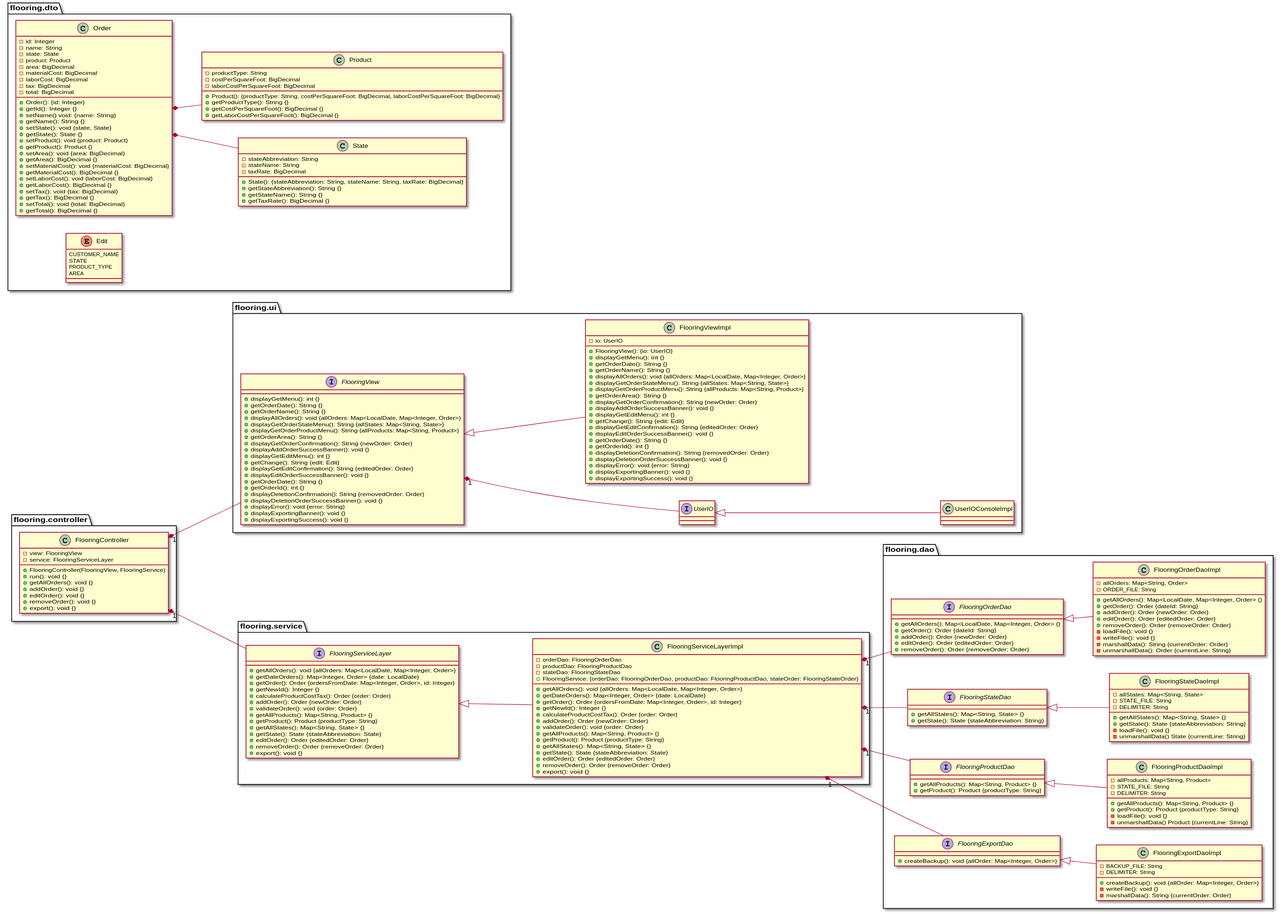
Earlier version of the PlantUML export UML/FloorPlanning/FloorPlanningClassDiagram.svg (rtdonin/JavaClasswork).
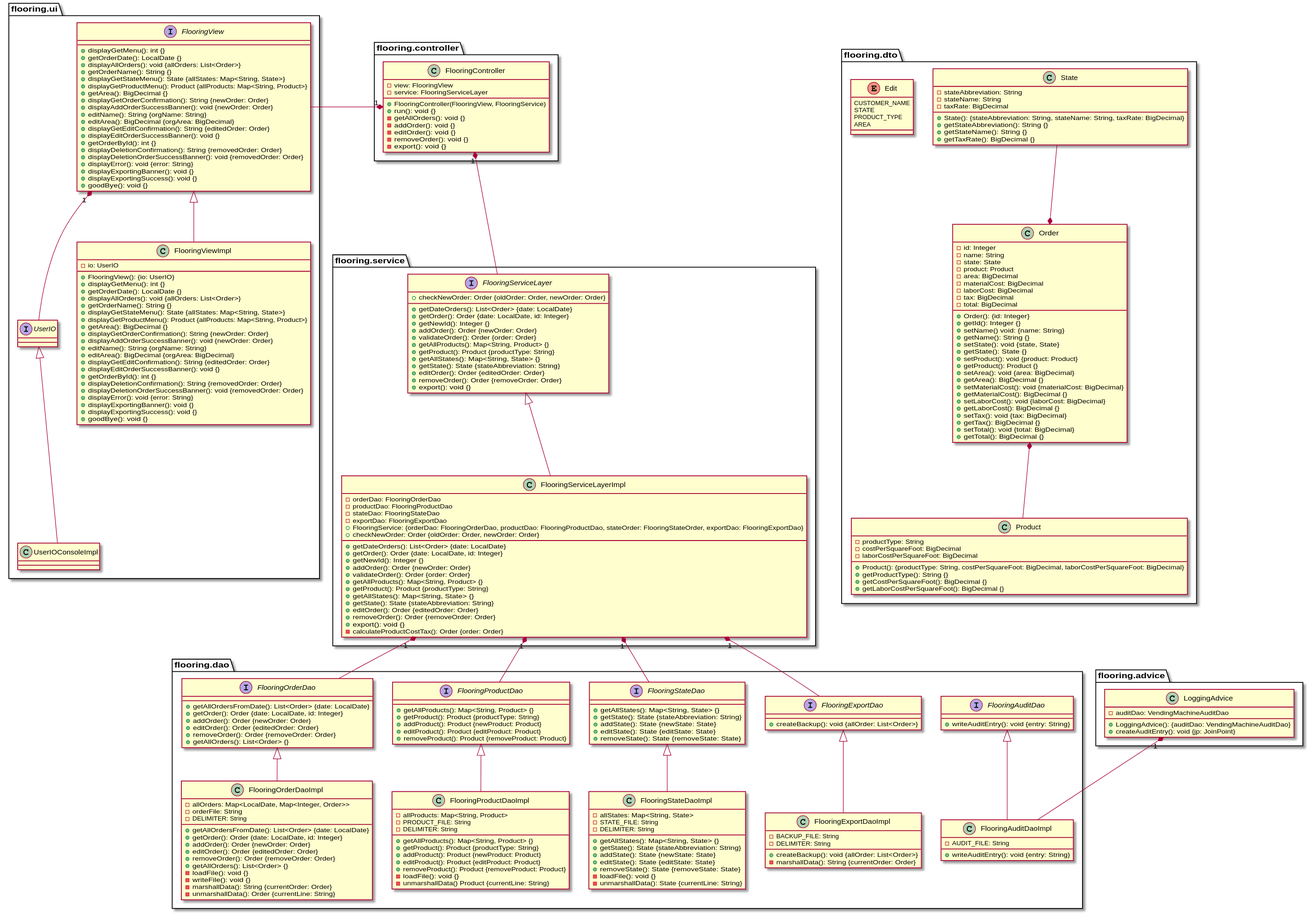
After the change.

Diff of the diagram source:
```diff
@@ -2,8 +2,7 @@
 
 
 
-left to right direction
-scale 1500 width
+scale 2400 width
 scale 1400 height
 
 package "flooring.controller" {
@@ -12,11 +11,11 @@
         - service: FlooringServiceLayer
         + FlooringController(FlooringView, FlooringService)
         + run(): void {}
-        + getAllOrders(): void {}
-        + addOrder(): void {}
-        + editOrder(): void {}
-        + removeOrder(): void {}
-        + export(): void {}
+        - getAllOrders(): void {}
+        - addOrder(): void {}
+        - editOrder(): void {}
+        - removeOrder(): void {}
+        - export(): void {}
     }
 }
 
@@ -27,66 +26,65 @@
 
     interface FlooringView {
         + displayGetMenu(): int {}
-        + getOrderDate(): String {}
+        + getOrderDate(): LocalDate {}
+        + displayAllOrders(): void {allOrders: List<Order>}
         + getOrderName(): String {}
-        + displayAllOrders(): void {allOrders: Map<LocalDate, Map<Integer, Order>}
-        + displayGetOrderStateMenu(): String {allStates: Map<String, State>}
-        + displayGetOrderProductMenu(): String {allProducts: Map<String, Product>}
-        + getOrderArea(): String {}
+        + displayGetStateMenu(): State {allStates: Map<String, State>}
+        + displayGetProductMenu(): Product {allProducts: Map<String, Product>}
+        + getArea(): BigDecimal {}
         + displayGetOrderConfirmation(): String {newOrder: Order}
-        + displayAddOrderSuccessBanner(): void {}
-        + displayGetEditMenu(): int {}
-        + getChange(): String {edit: Edit}
+        + displayAddOrderSuccessBanner(): void {newOrder: Order}
+        + editName(): String {orgName: String}
+        + editArea(): BigDecimal {orgArea: BigDecimal}
         + displayGetEditConfirmation(): String {editedOrder: Order}
         + displayEditOrderSuccessBanner(): void {}
-        + getOrderDate(): String {}
-        + getOrderId(): int {}
+        + getOrderById(): int {}
         + displayDeletionConfirmation(): String {removedOrder: Order}
-        + displayDeletionOrderSuccessBanner(): void {}
+        + displayDeletionOrderSuccessBanner(): void {removedOrder: Order}
         + displayError(): void {error: String}
         + displayExportingBanner(): void {}
         + displayExportingSuccess(): void {}
+        + goodBye(): void {}
     }
 
     class FlooringViewImpl {
         - io: UserIO
         + FlooringView(): {io: UserIO}
         + displayGetMenu(): int {}
-        + getOrderDate(): String {}
+        + getOrderDate(): LocalDate {}
+        + displayAllOrders(): void {allOrders: List<Order>}
         + getOrderName(): String {}
-        + displayAllOrders(): void {allOrders: Map<LocalDate, Map<Integer, Order>}
-        + displayGetOrderStateMenu(): String {allStates: Map<String, State>}
-        + displayGetOrderProductMenu(): String {allProducts: Map<String, Product>}
-        + getOrderArea(): String {}
+        + displayGetStateMenu(): State {allStates: Map<String, State>}
+        + displayGetProductMenu(): Product {allProducts: Map<String, Product>}
+        + getArea(): BigDecimal {}
         + displayGetOrderConfirmation(): String {newOrder: Order}
-        + displayAddOrderSuccessBanner(): void {}
-        + displayGetEditMenu(): int {}
-        + getChange(): String {edit: Edit}
+        + displayAddOrderSuccessBanner(): void {newOrder: Order}
+        + editName(): String {orgName: String}
+        + editArea(): BigDecimal {orgArea: BigDecimal}
         + displayGetEditConfirmation(): String {editedOrder: Order}
         + displayEditOrderSuccessBanner(): void {}
-        + getOrderDate(): String {}
-        + getOrderId(): int {}
+        + getOrderById(): int {}
         + displayDeletionConfirmation(): String {removedOrder: Order}
-        + displayDeletionOrderSuccessBanner(): void {}
+        + displayDeletionOrderSuccessBanner(): void {removedOrder: Order}
         + displayError(): void {error: String}
         + displayExportingBanner(): void {}
         + displayExportingSuccess(): void {}
+        + goodBye(): void {}
     }
 }
 
 package "flooring.service" {
     interface FlooringServiceLayer {
-        + getAllOrders(): void {allOrders: Map<LocalDate, Map<Integer, Order>}
-        + getDateOrders(): Map<Integer, Order> {date: LocalDate}
-        + getOrder(): Order {ordersFromDate: Map<Integer, Order>, id: Integer}
+        + getDateOrders(): List<Order> {date: LocalDate}
+        + getOrder(): Order {date: LocalDate, id: Integer}
         + getNewId(): Integer {}
-        + calculateProductCostTax(): Order {order: Order}
         + addOrder(): Order {newOrder: Order}
-        + validateOrder(): void {order: Order}
+        + validateOrder(): Order {order: Order}
         + getAllProducts(): Map<String, Product> {}
         + getProduct(): Product {productType: String}
         + getAllStates(): Map<String, State>  {}
-        + getState(): State {stateAbbreviation: State}
+        + getState(): State {stateAbbreviation: String}
+        + checkNewOrder: Order {oldOrder: Order, newOrder: Order}
         + editOrder(): Order {editedOrder: Order}
         + removeOrder(): Order {removeOrder: Order}
         + export(): void {}
@@ -96,41 +94,45 @@
         - orderDao: FlooringOrderDao
         - productDao: FlooringProductDao
         - stateDao: FlooringStateDao
-        + FlooringService: {orderDao: FlooringOrderDao, productDao: FlooringProductDao, stateOrder: FlooringStateOrder}
-        + getAllOrders(): void {allOrders: Map<LocalDate, Map<Integer, Order>}
-        + getDateOrders(): Map<Integer, Order> {date: LocalDate}
-        + getOrder(): Order {ordersFromDate: Map<Integer, Order>, id: Integer}
+        - exportDao: FlooringExportDao
+        + FlooringService: {orderDao: FlooringOrderDao, productDao: FlooringProductDao, stateOrder: FlooringStateOrder, exportDao: FlooringExportDao}
+        + getDateOrders(): List<Order> {date: LocalDate}
+        + getOrder(): Order {date: LocalDate, id: Integer}
         + getNewId(): Integer {}
-        + calculateProductCostTax(): Order {order: Order}
         + addOrder(): Order {newOrder: Order}
-        + validateOrder(): void {order: Order}
+        + validateOrder(): Order {order: Order}
         + getAllProducts(): Map<String, Product> {}
         + getProduct(): Product {productType: String}
         + getAllStates(): Map<String, State>  {}
-        + getState(): State {stateAbbreviation: State}
+        + getState(): State {stateAbbreviation: String}
+        + checkNewOrder: Order {oldOrder: Order, newOrder: Order}
         + editOrder(): Order {editedOrder: Order}
         + removeOrder(): Order {removeOrder: Order}
         + export(): void {}
+        - calculateProductCostTax(): Order {order: Order}
     }
 }
 
 package "flooring.dao" {
     interface FlooringOrderDao {
-        + getAllOrders(): Map<LocalDate, Map<Integer, Order> {}
-        + getOrder(): Order {dateId: String}
+        + getAllOrdersFromDate(): List<Order> {date: LocalDate}
+        + getOrder(): Order {date: LocalDate, id: Integer}
         + addOrder(): Order {newOrder: Order}
         + editOrder(): Order {editedOrder: Order}
         + removeOrder(): Order {removeOrder: Order}
+        + getAllOrders(): List<Order> {}
     }
 
     class FlooringOrderDaoImpl {
-        - allOrders: Map<String, Order>
-        - ORDER_FILE: String
-        + getAllOrders(): Map<LocalDate, Map<Integer, Order> {}
-        + getOrder(): Order {dateId: String}
+        - allOrders: Map<LocalDate, Map<Integer, Order>>
+        - orderFile: String
+        - DELIMITER: String
+        + getAllOrdersFromDate(): List<Order> {date: LocalDate}
+        + getOrder(): Order {date: LocalDate, id: Integer}
         + addOrder(): Order {newOrder: Order}
         + editOrder(): Order {editedOrder: Order}
         + removeOrder(): Order {removeOrder: Order}
+        + getAllOrders(): List<Order> {}
         - loadFile(): void {}
         - writeFile(): void {}
         - marshallData(): String {currentOrder: Order}
@@ -140,6 +142,9 @@
     interface FlooringStateDao {
         + getAllStates(): Map<String, State> {}
         + getState(): State {stateAbbreviation: String}
+        + addState(): State {newState: State}
+        + editState(): State {editState: State}
+        + removeState(): State {removeState: State}
     }
 
     class FlooringStateDaoImpl {
@@ -148,35 +153,60 @@
         - DELIMITER: String
         + getAllStates(): Map<String, State> {}
         + getState(): State {stateAbbreviation: String}
+        + addState(): State {newState: State}
+        + editState(): State {editState: State}
+        + removeState(): State {removeState: State}
         - loadFile(): void {}
-        - unmarshallData() State {currentLine: String}
+        - unmarshallData(): State {currentLine: String}
     }
 
     interface FlooringProductDao {
         + getAllProducts(): Map<String, Product> {}
         + getProduct(): Product {productType: String}
+        + addProduct(): Product {newProduct: Product}
+        + editProduct(): Product {editProduct: Product}
+        + removeProduct(): Product {removeProduct: Product}
     }
 
     class FlooringProductDaoImpl {
         - allProducts: Map<String, Product>
-        - STATE_FILE: String
+        - PRODUCT_FILE: String
         - DELIMITER: String
         + getAllProducts(): Map<String, Product> {}
         + getProduct(): Product {productType: String}
+        + addProduct(): Product {newProduct: Product}
+        + editProduct(): Product {editProduct: Product}
+        + removeProduct(): Product {removeProduct: Product}
         - loadFile(): void {}
         - unmarshallData() Product {currentLine: String}
     }
 
     interface FlooringExportDao {
-        + createBackup(): void {allOrder: Map<Integer, Order>}
+        + createBackup(): void {allOrder: List<Order>}
     }
 
     class FlooringExportDaoImpl {
         - BACKUP_FILE: String
         - DELIMITER: String
-        + createBackup(): void {allOrder: Map<Integer, Order>}
-        - writeFile(): void {}
+        + createBackup(): void {allOrder: List<Order>}
         - marshallData(): String {currentOrder: Order}
+    }
+
+    interface FlooringAuditDao {
+        + writeAuditEntry(): void {entry: String}
+    }
+
+    class FlooringAuditDaoImpl {
+        - AUDIT_FILE: String
+        + writeAuditEntry(): void {entry: String}
+    }
+}
+
+package flooring.advice {
+    class LoggingAdvice {
+        - auditDao: VendingMachineAuditDao
+        + LoggingAdvice(): {auditDao: VendingMachineAuditDao}
+        + createAuditEntry(): void {jp: JoinPoint}
     }
 }
 
@@ -239,13 +269,14 @@
     }
 }
 
-FlooringController "1" *-- FlooringServiceLayer
-FlooringController "1" *-- FlooringView
+FlooringController "1" *-down- FlooringServiceLayer
+FlooringController "1" *-left- FlooringView
 
-FlooringServiceLayerImpl "1" *-- FlooringOrderDao
-FlooringServiceLayerImpl "1" *-- FlooringStateDao
-FlooringServiceLayerImpl "1" *-- FlooringProductDao
-FlooringServiceLayerImpl "1" *-- FlooringExportDao
+FlooringServiceLayerImpl "1" *-down- FlooringOrderDao
+FlooringServiceLayerImpl "1" *-down- FlooringStateDao
+FlooringServiceLayerImpl "1" *-down- FlooringProductDao
+FlooringServiceLayerImpl "1" *-down- FlooringExportDao
+LoggingAdvice "1" *-- FlooringAuditDaoImpl
 
 FlooringView "1" *-- UserIO
 
@@ -254,11 +285,19 @@
 
 FlooringServiceLayer <|-- FlooringServiceLayerImpl
 
-FlooringOrderDao <|-- FlooringOrderDaoImpl
-FlooringStateDao <|-- FlooringStateDaoImpl
-FlooringProductDao <|-- FlooringProductDaoImpl
-FlooringExportDao <|-- FlooringExportDaoImpl
+FlooringAuditDao <|-down- FlooringAuditDaoImpl
+FlooringOrderDao <|-down- FlooringOrderDaoImpl
+FlooringStateDao <|-down- FlooringStateDaoImpl
+FlooringProductDao <|-down- FlooringProductDaoImpl
+FlooringExportDao <|-down- FlooringExportDaoImpl
 
-Order *-- State
-Order *-- Product
+Order *-up- State
+Order *-down- Product
+
+
+FlooringOrderDaoImpl-[hidden]right->FlooringProductDaoImpl
+FlooringProductDaoImpl-[hidden]right->FlooringStateDaoImpl
+
+FlooringOrderDao-[hidden]right->FlooringProductDao
+FlooringProductDao-[hidden]right->FlooringStateDao
 @enduml
```
